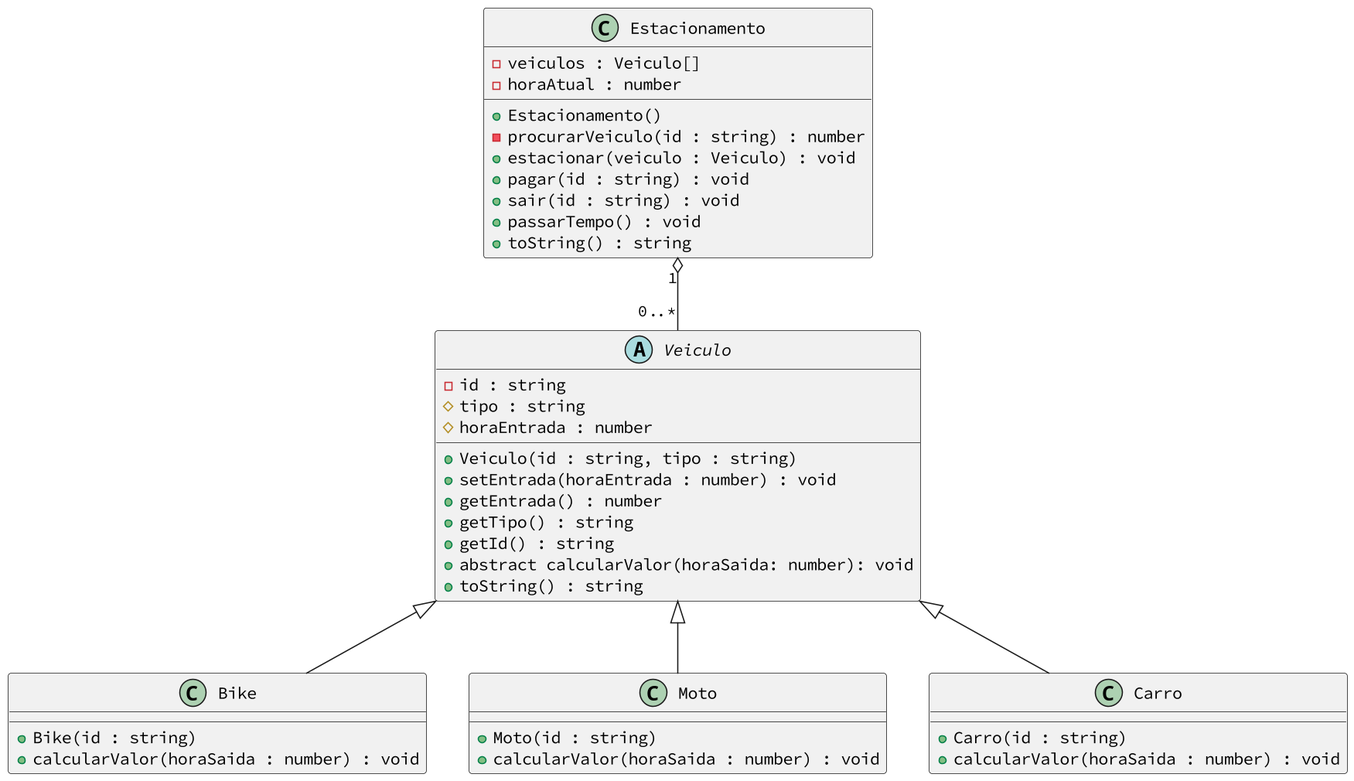
qxcodepoo/arcade keeps this PlantUML diagram as base/estacionamento/diagrama.png. Above is the earlier version.
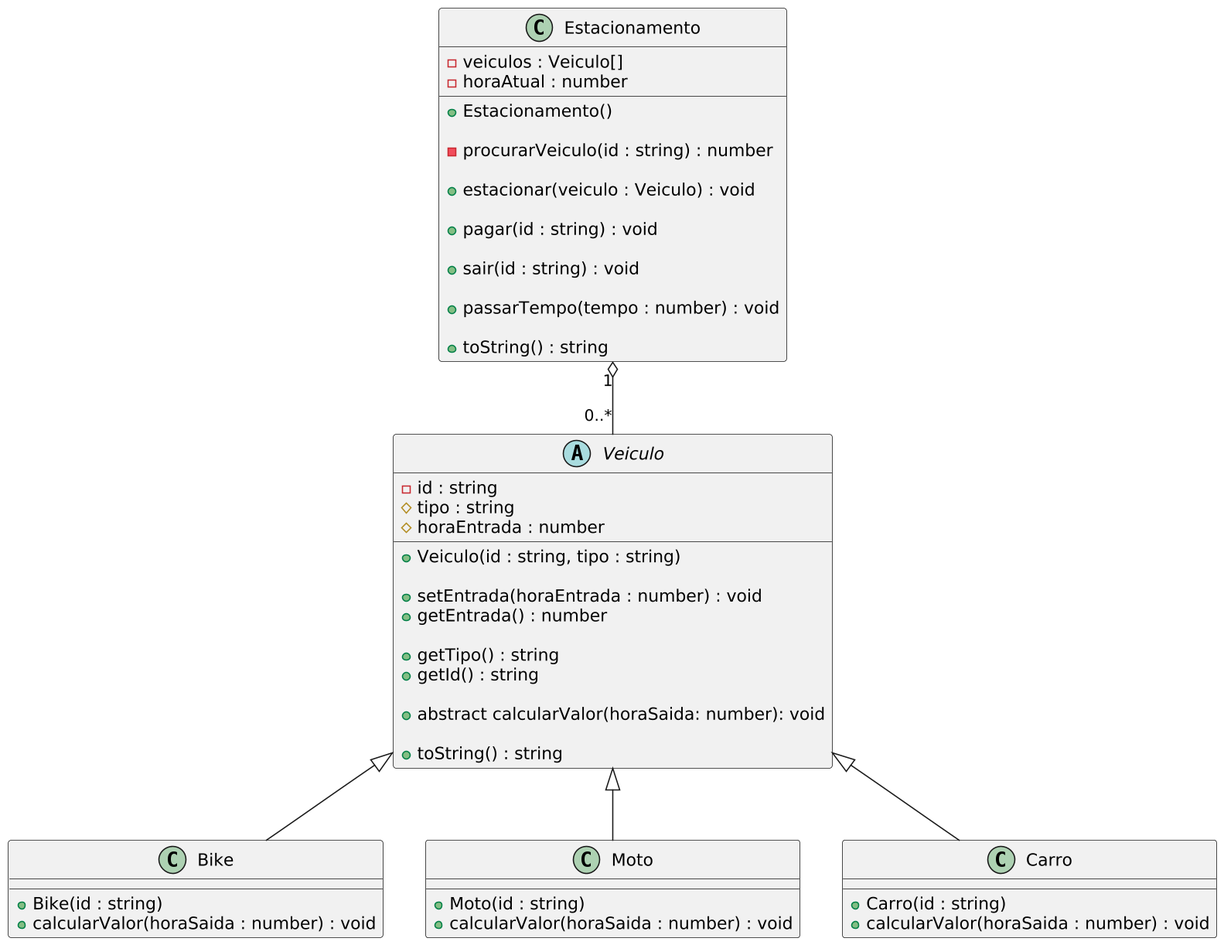
The same diagram one commit later.

The edit, as a diff of the source:
```diff
@@ -1,40 +1,59 @@
 @startuml
+
+
 skinparam defaultFontName Hasklig
 skinparam dpi 150
 abstract class Veiculo {
   - id : string
   # tipo : string
   # horaEntrada : number
+
   + Veiculo(id : string, tipo : string)
+
   + setEntrada(horaEntrada : number) : void
   + getEntrada() : number
+
   + getTipo() : string
   + getId() : string
+
   + abstract calcularValor(horaSaida: number): void
+
   + toString() : string
 }
+
 class Bike extends Veiculo {
   + Bike(id : string)
   + calcularValor(horaSaida : number) : void
 }
+
 class Moto extends Veiculo {
   + Moto(id : string)
   + calcularValor(horaSaida : number) : void
 }
+
 class Carro extends Veiculo {
   + Carro(id : string)
   + calcularValor(horaSaida : number) : void
 }
+
 class Estacionamento {
   - veiculos : Veiculo[]
   - horaAtual : number
+
   + Estacionamento()
+
   - procurarVeiculo(id : string) : number
+
   + estacionar(veiculo : Veiculo) : void
+
   + pagar(id : string) : void
+
   + sair(id : string) : void
-  + passarTempo() : void
+
+  + passarTempo(tempo : number) : void
+
   + toString() : string
 }
+
 Estacionamento "1" o-- "0..*" Veiculo
 @enduml
```
